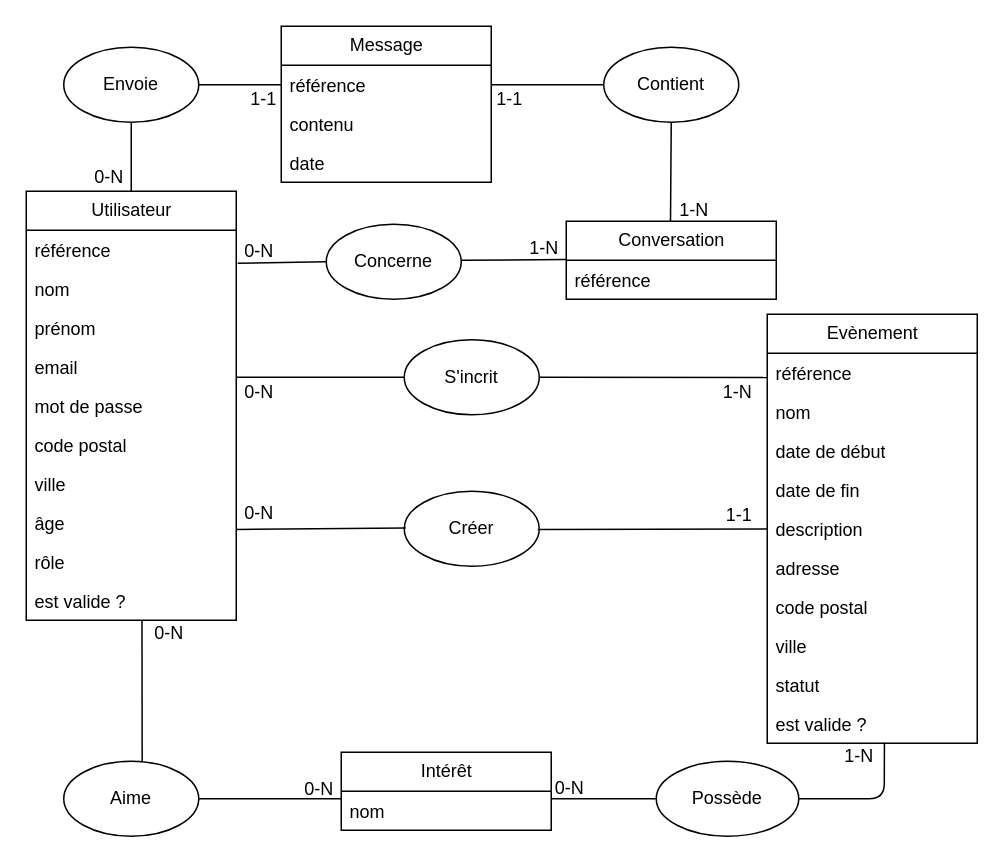
Earlier version of the draw.io diagram conception/database_modelling/MCD/mcd.drawio (LunaireFlare/orizon). Source tidied: cells renumbered, new cells numbered last; positions are measured from the earlier drawing's top-left corner, leaving out a move shared by most shapes. Both pictures are drawn from the tidied source at 150%, with x=0, y=0 at pixel (26, 26).
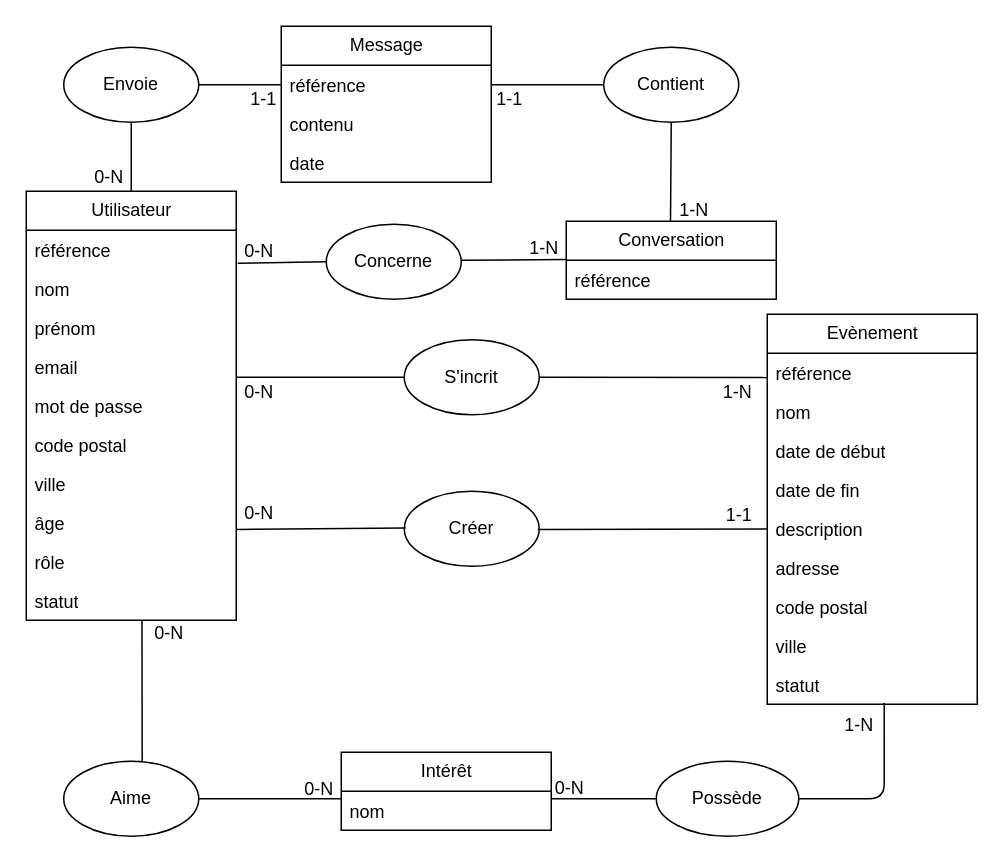
Above is the later version.

Unchanged cells that the change refers to:
```xml
<mxCell id="2" value="Utilisateur" style="swimlane;fontStyle=0;horizontal=1;startSize=26;fillColor=none;html=1;" parent="1" vertex="1">
  <mxGeometry y="110" width="140" height="286" as="geometry" />
</mxCell>
<mxCell id="26" value="statut" style="text;strokeColor=none;fillColor=none;align=left;verticalAlign=top;spacingLeft=4;spacingRight=4;overflow=hidden;points=[[0,0.5],[1,0.5]];portConstraint=eastwest;whiteSpace=wrap;html=1;" parent="17" vertex="1">
  <mxGeometry y="234" width="140" height="26" as="geometry" />
</mxCell>
<mxCell id="62" value="Possède" style="ellipse;whiteSpace=wrap;html=1;" parent="1" vertex="1">
  <mxGeometry x="420" y="490" width="95" height="50" as="geometry" />
</mxCell>
```

What changed in the source:
```diff
@@
-    <mxCell id="12" value="est valide ?" style="text;strokeColor=none;fillColor=none;align=left;verticalAlign=top;spacingLeft=4;spacingRight=4;overflow=hidden;whiteSpace=wrap;html=1;" parent="2" vertex="1">
+    <mxCell id="12" value="statut" style="text;strokeColor=none;fillColor=none;align=left;verticalAlign=top;spacingLeft=4;spacingRight=4;overflow=hidden;whiteSpace=wrap;html=1;" parent="2" vertex="1">
       <mxGeometry y="260" width="140" height="26" as="geometry" />
     </mxCell>
@@
     <mxCell id="17" value="Evènement" style="swimlane;fontStyle=0;horizontal=1;startSize=26;fillColor=none;html=1;" parent="1" vertex="1">
-      <mxGeometry x="494" y="192" width="140" height="286" as="geometry" />
+      <mxGeometry x="494" y="192" width="140" height="260" as="geometry" />
     </mxCell>
@@
-    <mxCell id="27" value="est valide ?" style="text;strokeColor=none;fillColor=none;align=left;verticalAlign=top;spacingLeft=4;spacingRight=4;overflow=hidden;points=[[0,0.5],[1,0.5]];portConstraint=eastwest;whiteSpace=wrap;html=1;" parent="17" vertex="1">
-      <mxGeometry y="260" width="140" height="26" as="geometry" />
-    </mxCell>
@@
-    <mxCell id="64" style="endArrow=none;html=1;entryX=0.558;entryY=0.981;entryDx=0;entryDy=0;entryPerimeter=0;exitX=1;exitY=0.5;exitDx=0;exitDy=0;" parent="1" edge="1" source="62" target="27">
+    <mxCell id="64" style="endArrow=none;html=1;entryX=0.557;entryY=0.962;entryDx=0;entryDy=0;entryPerimeter=0;exitX=1;exitY=0.5;exitDx=0;exitDy=0;" parent="1" edge="1" source="62" target="26">
       <mxGeometry relative="1" as="geometry">
         <Array as="points">
           <mxPoint x="572" y="515" />
         </Array>
       </mxGeometry>
     </mxCell>
@@
     <mxCell id="66" value="1-N" style="text;html=1;align=center;verticalAlign=middle;strokeColor=none;fillColor=none;" parent="1" vertex="1">
-      <mxGeometry x="535" y="472" width="40" height="30" as="geometry" />
+      <mxGeometry x="535" y="451" width="40" height="30" as="geometry" />
     </mxCell>
```
